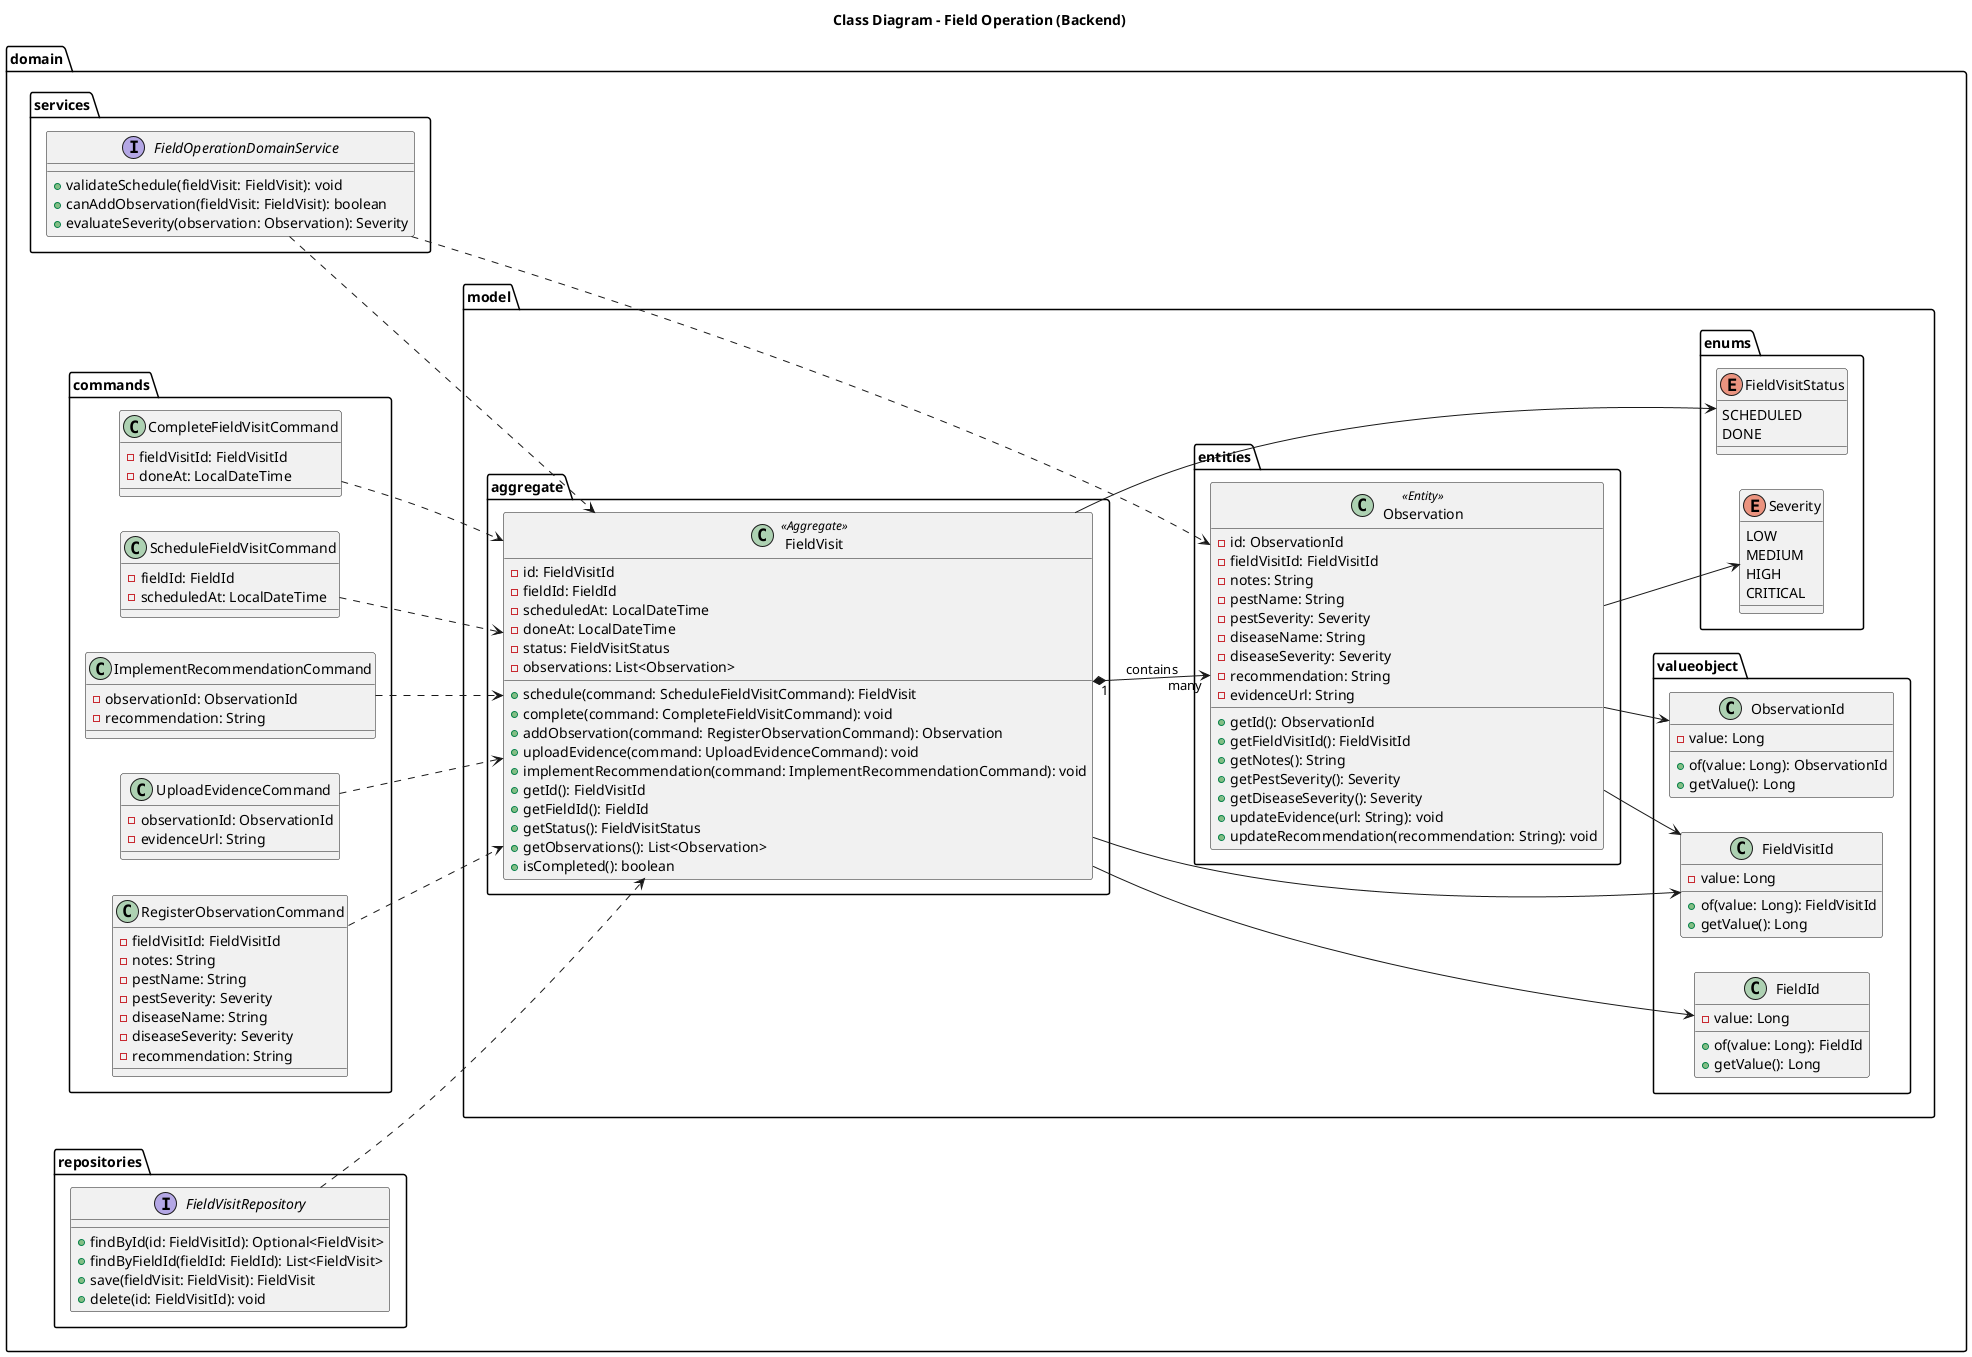
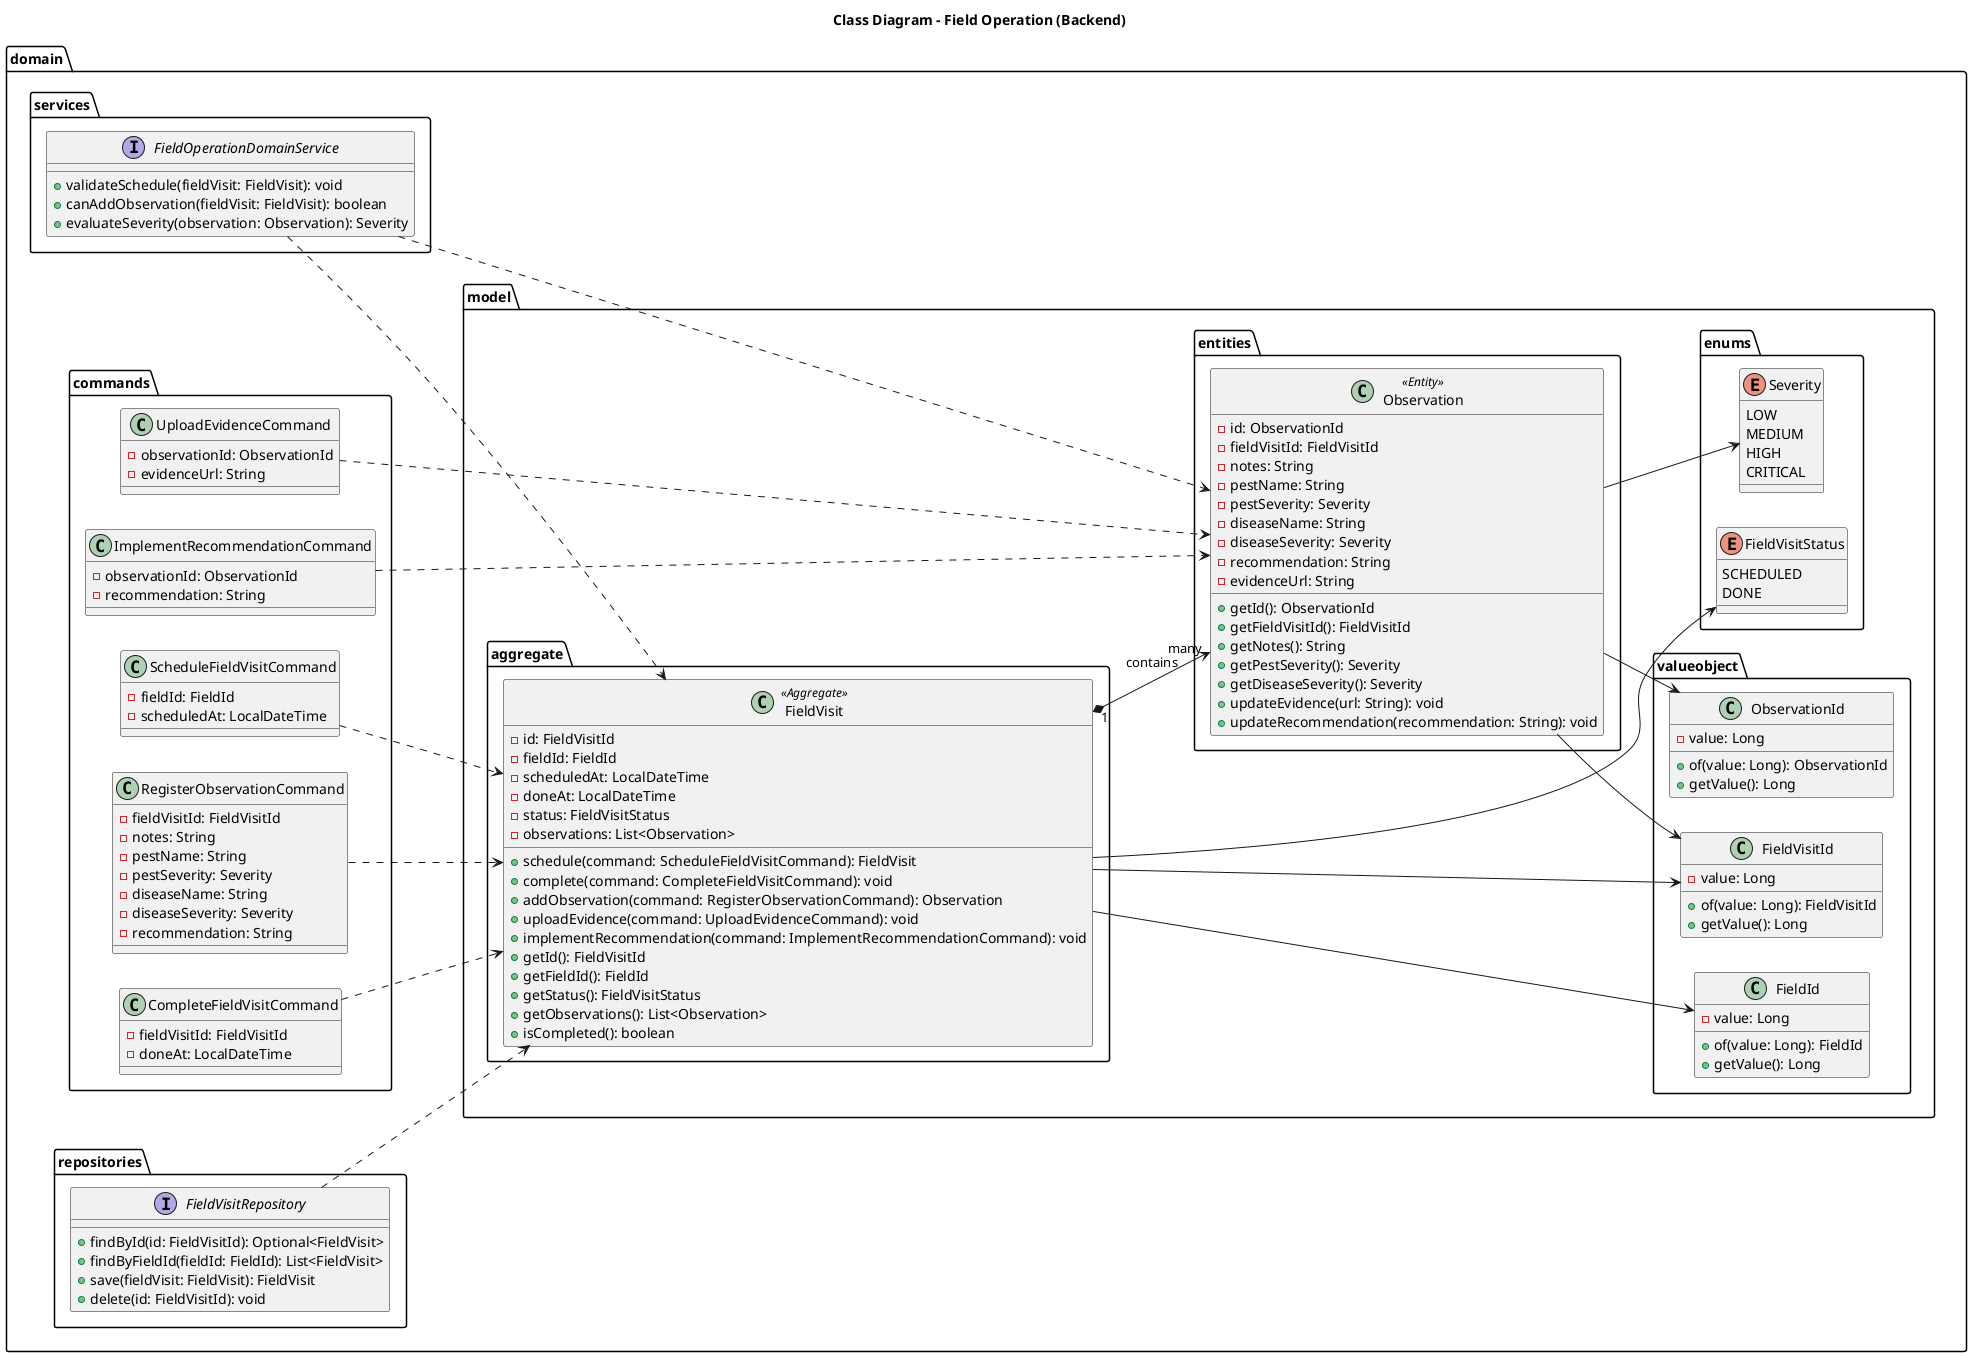
@startuml
left to right direction
title Class Diagram - Field Operation (Backend)

package "domain" {
  together {
    package "commands" {
      class ScheduleFieldVisitCommand {
        -fieldId: FieldId
        -scheduledAt: LocalDateTime
      }
      class CompleteFieldVisitCommand {
        -fieldVisitId: FieldVisitId
        -doneAt: LocalDateTime
      }
      class RegisterObservationCommand {
        -fieldVisitId: FieldVisitId
        -notes: String
        -pestName: String
        -pestSeverity: Severity
        -diseaseName: String
        -diseaseSeverity: Severity
        -recommendation: String
      }
      class UploadEvidenceCommand {
        -observationId: ObservationId
        -evidenceUrl: String
      }
      class ImplementRecommendationCommand {
        -observationId: ObservationId
        -recommendation: String
      }
    }

    package "model" {
      package "aggregate" {
        class FieldVisit <<Aggregate>>{
          -id: FieldVisitId
          -fieldId: FieldId
          -scheduledAt: LocalDateTime
          -doneAt: LocalDateTime
          -status: FieldVisitStatus
          -observations: List<Observation>
          +schedule(command: ScheduleFieldVisitCommand): FieldVisit
          +complete(command: CompleteFieldVisitCommand): void
          +addObservation(command: RegisterObservationCommand): Observation
          +uploadEvidence(command: UploadEvidenceCommand): void
          +implementRecommendation(command: ImplementRecommendationCommand): void
          +getId(): FieldVisitId
          +getFieldId(): FieldId
          +getStatus(): FieldVisitStatus
          +getObservations(): List<Observation>
          +isCompleted(): boolean
        }
      }

      package "entities" {
        class Observation <<Entity>> {
          -id: ObservationId
          -fieldVisitId: FieldVisitId
          -notes: String
          -pestName: String
          -pestSeverity: Severity
          -diseaseName: String
          -diseaseSeverity: Severity
          -recommendation: String
          -evidenceUrl: String
          +getId(): ObservationId
          +getFieldVisitId(): FieldVisitId
          +getNotes(): String
          +getPestSeverity(): Severity
          +getDiseaseSeverity(): Severity
          +updateEvidence(url: String): void
          +updateRecommendation(recommendation: String): void
        }
      }

      package "valueobject" {
        class FieldVisitId {
          -value: Long
          +of(value: Long): FieldVisitId
          +getValue(): Long
        }
        class FieldId {
          -value: Long
          +of(value: Long): FieldId
          +getValue(): Long
        }
        class ObservationId {
          -value: Long
          +of(value: Long): ObservationId
          +getValue(): Long
        }
      }

      package "enums" {
        enum FieldVisitStatus {
          SCHEDULED
          DONE
        }
        enum Severity {
          LOW
          MEDIUM
          HIGH
          CRITICAL
        }
      }
    }
  }

  package "services" {
    interface FieldOperationDomainService {
      +validateSchedule(fieldVisit: FieldVisit): void
      +canAddObservation(fieldVisit: FieldVisit): boolean
      +evaluateSeverity(observation: Observation): Severity
    }
  }

  package "repositories" {
    interface FieldVisitRepository {
      +findById(id: FieldVisitId): Optional<FieldVisit>
      +findByFieldId(fieldId: FieldId): List<FieldVisit>
      +save(fieldVisit: FieldVisit): FieldVisit
      +delete(id: FieldVisitId): void
    }
  }
}

- ScheduleFieldVisitCommand        ..> FieldVisit
- CompleteFieldVisitCommand        ..> FieldVisit
- RegisterObservationCommand       ..> FieldVisit
- UploadEvidenceCommand            ..> FieldVisit
- ImplementRecommendationCommand   ..> FieldVisit
+ ScheduleFieldVisitCommand      ..> FieldVisit
+ CompleteFieldVisitCommand      ..> FieldVisit
+ RegisterObservationCommand     ..> FieldVisit
+ UploadEvidenceCommand          ..> Observation
+ ImplementRecommendationCommand ..> Observation

- FieldVisit   "1" *--> "many" Observation : contains
- FieldVisit   --> FieldVisitId
- FieldVisit   --> FieldId
- FieldVisit   --> FieldVisitStatus
- Observation  --> ObservationId
- Observation  --> FieldVisitId
- Observation  --> Severity
+ FieldVisit  "1" *--> "many" Observation : contains
+ FieldVisit  --> FieldVisitId
+ FieldVisit  --> FieldId
+ FieldVisit  --> FieldVisitStatus
+ Observation --> ObservationId
+ Observation --> FieldVisitId
+ Observation --> Severity

FieldOperationDomainService ..> FieldVisit
FieldOperationDomainService ..> Observation
FieldVisitRepository        ..> FieldVisit

@enduml
